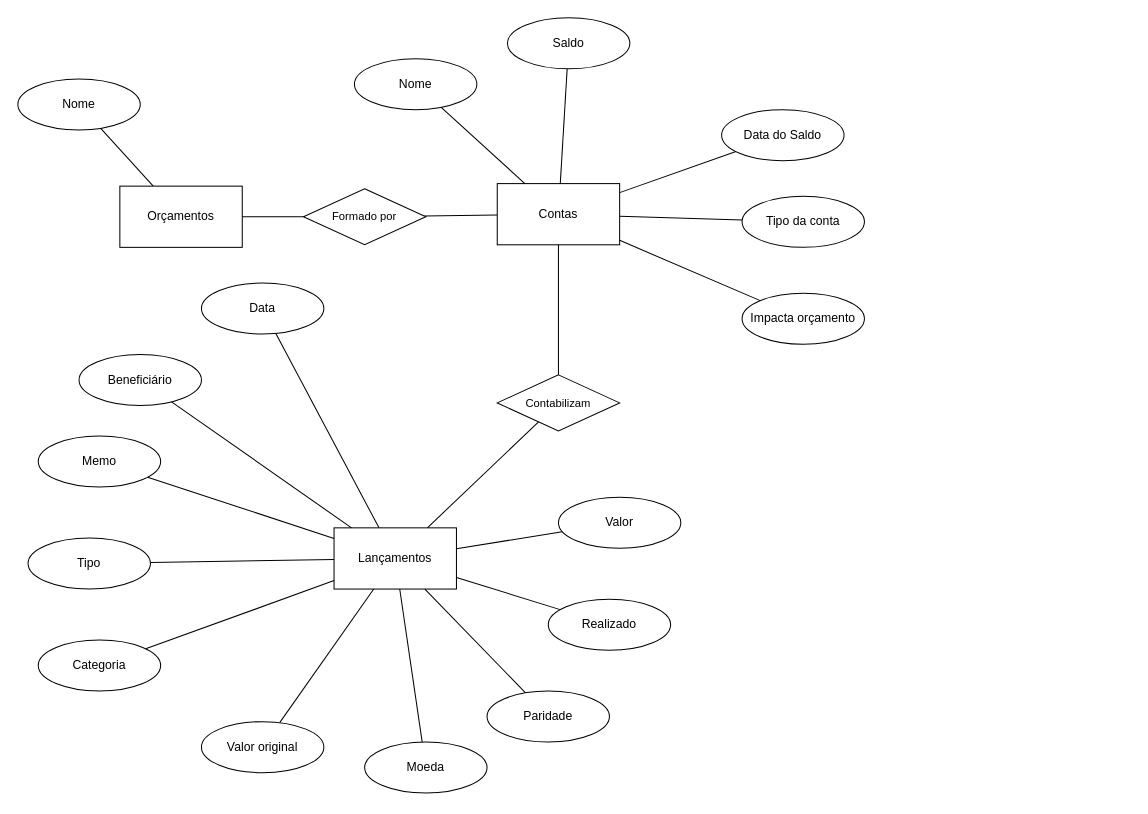
Earlier version of the draw.io diagram Plano/E-R_Diagram.drawio (alsimoes/ctrl-fin). Source tidied: cells renumbered, new cells numbered last; positions are measured from the earlier drawing's top-left corner, leaving out a move shared by most shapes. Both pictures are drawn from the tidied source at 102%, with x=0, y=0 at pixel (17, 17).
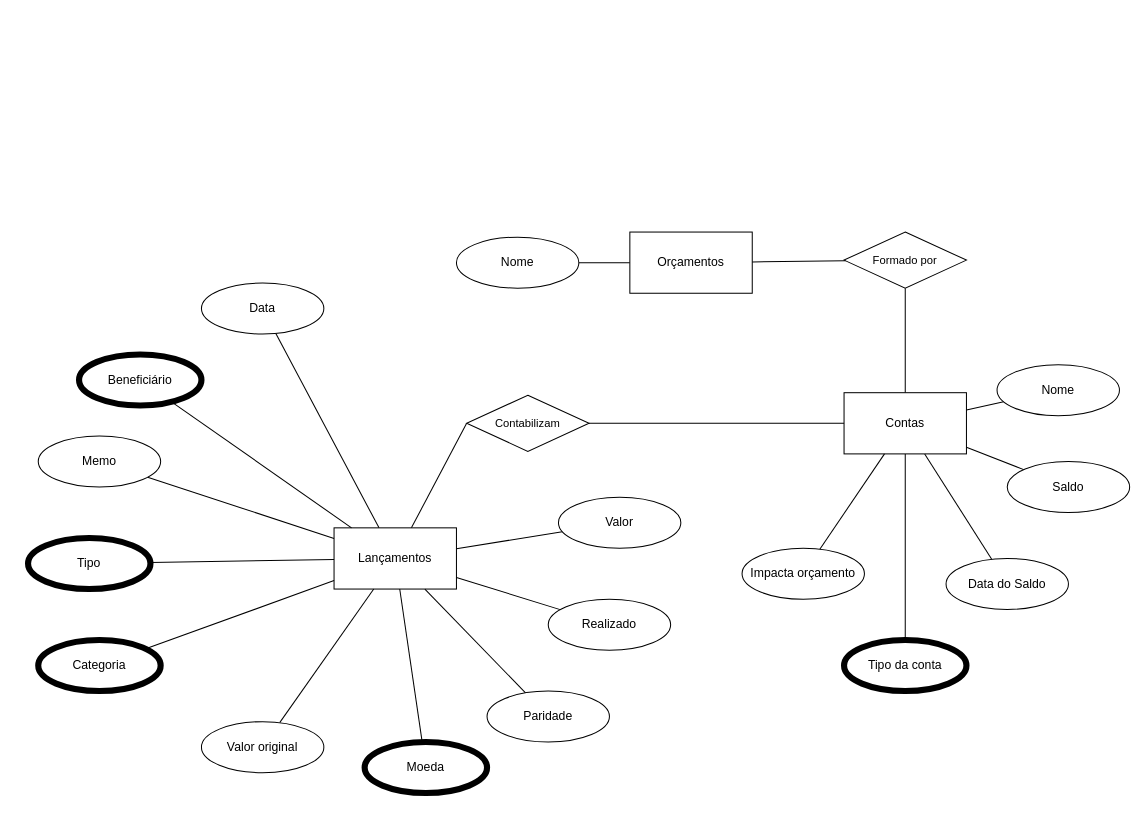
The same page after the edit.

Unchanged cells that the change refers to:
```xml
<mxCell id="20" value="Lançamentos" style="rounded=0;whiteSpace=wrap;html=1;" parent="1" vertex="1">
  <mxGeometry x="310" y="500" width="120" height="60" as="geometry" />
</mxCell>
```

Diff of the diagram source:
```diff
@@
     <mxCell id="3" value="Orçamentos" style="rounded=0;whiteSpace=wrap;html=1;" parent="1" vertex="1">
-      <mxGeometry x="100" y="165" width="120" height="60" as="geometry" />
+      <mxGeometry x="600" y="210" width="120" height="60" as="geometry" />
     </mxCell>
     <mxCell id="4" value="Nome" style="ellipse;whiteSpace=wrap;html=1;" parent="1" vertex="1">
-      <mxGeometry y="60" width="120" height="50" as="geometry" />
+      <mxGeometry x="430" y="215" width="120" height="50" as="geometry" />
     </mxCell>
@@
     <mxCell id="6" value="Formado por" style="rhombus;whiteSpace=wrap;html=1;fontFamily=Helvetica;fontSize=11;fontColor=default;labelBackgroundColor=default;" parent="1" vertex="1">
-      <mxGeometry x="280" y="167.5" width="120" height="55" as="geometry" />
+      <mxGeometry x="810" y="210" width="120" height="55" as="geometry" />
     </mxCell>
@@
     <mxCell id="9" value="Contas" style="rounded=0;whiteSpace=wrap;html=1;" parent="1" vertex="1">
-      <mxGeometry x="470" y="162.5" width="120" height="60" as="geometry" />
+      <mxGeometry x="810" y="367.5" width="120" height="60" as="geometry" />
     </mxCell>
@@
     <mxCell id="11" value="Nome" style="ellipse;whiteSpace=wrap;html=1;" parent="1" vertex="1">
-      <mxGeometry x="330" y="40" width="120" height="50" as="geometry" />
+      <mxGeometry x="960" y="340" width="120" height="50" as="geometry" />
     </mxCell>
@@
     <mxCell id="13" value="Saldo" style="ellipse;whiteSpace=wrap;html=1;" parent="1" vertex="1">
-      <mxGeometry x="480" width="120" height="50" as="geometry" />
+      <mxGeometry x="970" y="435" width="120" height="50" as="geometry" />
     </mxCell>
@@
     <mxCell id="15" value="Data do Saldo" style="ellipse;whiteSpace=wrap;html=1;" parent="1" vertex="1">
-      <mxGeometry x="690" y="90" width="120" height="50" as="geometry" />
+      <mxGeometry x="910" y="530" width="120" height="50" as="geometry" />
     </mxCell>
-    <mxCell id="16" value="Tipo da conta" style="ellipse;whiteSpace=wrap;html=1;" parent="1" vertex="1">
-      <mxGeometry x="710" y="175" width="120" height="50" as="geometry" />
+    <mxCell id="16" value="Tipo da conta" style="ellipse;whiteSpace=wrap;html=1;strokeWidth=6;" parent="1" vertex="1">
+      <mxGeometry x="810" y="610" width="120" height="50" as="geometry" />
     </mxCell>
-    <mxCell id="17" style="edgeStyle=none;shape=connector;rounded=0;jettySize=auto;html=1;strokeColor=default;align=center;verticalAlign=middle;fontFamily=Helvetica;fontSize=11;fontColor=default;labelBackgroundColor=default;startFill=0;endArrow=none;" parent="1" edge="1" source="18" target="20">
+    <mxCell id="17" style="edgeStyle=none;shape=connector;rounded=0;jettySize=auto;html=1;strokeColor=default;align=center;verticalAlign=middle;fontFamily=Helvetica;fontSize=11;fontColor=default;labelBackgroundColor=default;startFill=0;endArrow=none;exitX=0;exitY=0.5;exitDx=0;exitDy=0;" parent="1" edge="1" source="18" target="20">
       <mxGeometry relative="1" as="geometry" />
     </mxCell>
     <mxCell id="18" value="Contabilizam" style="rhombus;whiteSpace=wrap;html=1;fontFamily=Helvetica;fontSize=11;fontColor=default;labelBackgroundColor=default;" parent="1" vertex="1">
-      <mxGeometry x="470" y="350" width="120" height="55" as="geometry" />
+      <mxGeometry x="440" y="370" width="120" height="55" as="geometry" />
     </mxCell>
@@
     <mxCell id="22" value="Impacta orçamento" style="ellipse;whiteSpace=wrap;html=1;" parent="1" vertex="1">
-      <mxGeometry x="710" y="270" width="120" height="50" as="geometry" />
+      <mxGeometry x="710" y="520" width="120" height="50" as="geometry" />
     </mxCell>
@@
-    <mxCell id="26" value="Beneficiário" style="ellipse;whiteSpace=wrap;html=1;" parent="1" vertex="1">
+    <mxCell id="26" value="Beneficiário" style="ellipse;whiteSpace=wrap;html=1;strokeColor=default;strokeWidth=6;" parent="1" vertex="1">
       <mxGeometry x="60" y="330" width="120" height="50" as="geometry" />
     </mxCell>
@@
-    <mxCell id="32" value="Tipo" style="ellipse;whiteSpace=wrap;html=1;strokeWidth=1;perimeterSpacing=0;" parent="1" vertex="1">
+    <mxCell id="32" value="Tipo" style="ellipse;whiteSpace=wrap;html=1;strokeWidth=6;perimeterSpacing=0;" parent="1" vertex="1">
       <mxGeometry x="10" y="510" width="120" height="50" as="geometry" />
     </mxCell>
@@
-    <mxCell id="34" value="Moeda" style="ellipse;whiteSpace=wrap;html=1;" parent="1" vertex="1">
+    <mxCell id="34" value="Moeda" style="ellipse;whiteSpace=wrap;html=1;strokeWidth=6;" parent="1" vertex="1">
       <mxGeometry x="340" y="710" width="120" height="50" as="geometry" />
     </mxCell>
@@
-    <mxCell id="42" value="Categoria" style="ellipse;whiteSpace=wrap;html=1;strokeWidth=1;perimeterSpacing=0;" parent="1" vertex="1">
+    <mxCell id="42" value="Categoria" style="ellipse;whiteSpace=wrap;html=1;strokeWidth=6;perimeterSpacing=0;" parent="1" vertex="1">
       <mxGeometry x="20" y="610" width="120" height="50" as="geometry" />
     </mxCell>
```
